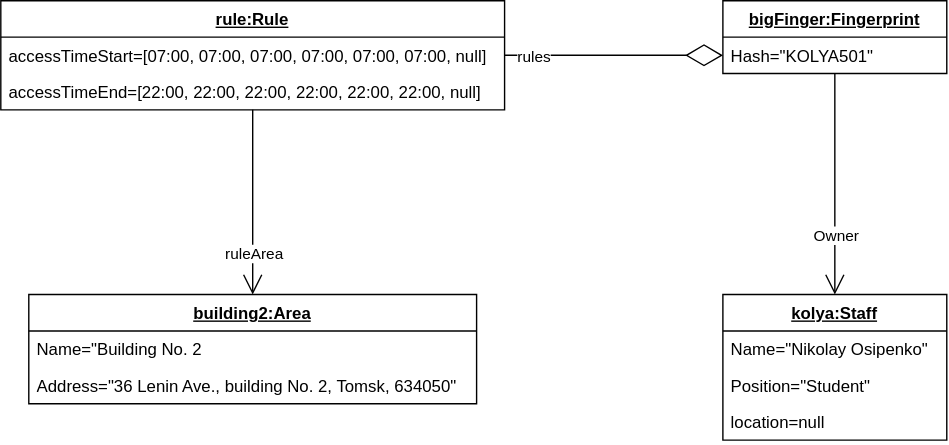
Above: lab2/diagrams/skud-object-diagram.svg in akshin-kuvshin/ooad (draw.io), before the change. Source tidied: cells renumbered, new cells last; positions are measured from the earlier drawing's top-left corner, leaving out a move shared by most shapes. The source it was exported from:
```xml
<mxGraphModel>
  <root>
    <mxCell id="0" />
    <mxCell id="1" parent="0" />
    <mxCell id="2" value="&lt;u&gt;bigFinger:Fingerprint&lt;/u&gt;" style="swimlane;fontStyle=1;align=center;verticalAlign=top;horizontal=1;startSize=26;whiteSpace=wrap;html=1;" parent="1" vertex="1">
      <mxGeometry x="516" width="160" height="52" as="geometry" />
    </mxCell>
    <mxCell id="3" value="Hash=&quot;KOLYA501&quot;" style="text;strokeColor=none;fillColor=none;align=left;verticalAlign=top;spacingLeft=4;spacingRight=4;overflow=hidden;whiteSpace=wrap;html=1;" parent="2" vertex="1">
      <mxGeometry y="26" width="160" height="26" as="geometry" />
    </mxCell>
    <mxCell id="4" value="&lt;u&gt;kolya:Staff&lt;/u&gt;" style="swimlane;fontStyle=1;align=center;verticalAlign=top;horizontal=1;startSize=26;whiteSpace=wrap;html=1;" parent="1" vertex="1">
      <mxGeometry x="516" y="210" width="160" height="104" as="geometry" />
    </mxCell>
    <mxCell id="5" value="Name=&quot;Nikolay Osipenko&quot;" style="text;strokeColor=none;fillColor=none;align=left;verticalAlign=top;spacingLeft=4;spacingRight=4;overflow=hidden;whiteSpace=wrap;html=1;" parent="4" vertex="1">
      <mxGeometry y="26" width="160" height="26" as="geometry" />
    </mxCell>
    <mxCell id="6" value="Position=&quot;Student&quot;" style="text;strokeColor=none;fillColor=none;align=left;verticalAlign=top;spacingLeft=4;spacingRight=4;overflow=hidden;whiteSpace=wrap;html=1;" parent="4" vertex="1">
      <mxGeometry y="52" width="160" height="26" as="geometry" />
    </mxCell>
    <mxCell id="7" value="location=null" style="text;strokeColor=none;fillColor=none;align=left;verticalAlign=top;spacingLeft=4;spacingRight=4;overflow=hidden;whiteSpace=wrap;html=1;" parent="4" vertex="1">
      <mxGeometry y="78" width="160" height="26" as="geometry" />
    </mxCell>
    <mxCell id="8" value="&lt;u&gt;building2:Area&lt;/u&gt;" style="swimlane;fontStyle=1;align=center;verticalAlign=top;horizontal=1;startSize=26;whiteSpace=wrap;html=1;" parent="1" vertex="1">
      <mxGeometry x="20" y="210" width="320" height="78" as="geometry" />
    </mxCell>
    <mxCell id="9" value="Name=&quot;Building No. 2" style="text;strokeColor=none;fillColor=none;align=left;verticalAlign=top;spacingLeft=4;spacingRight=4;overflow=hidden;whiteSpace=wrap;html=1;" parent="8" vertex="1">
      <mxGeometry y="26" width="320" height="26" as="geometry" />
    </mxCell>
    <mxCell id="10" value="Address=&quot;36 Lenin Ave., building No. 2, Tomsk, 634050&quot;" style="text;strokeColor=none;fillColor=none;align=left;verticalAlign=top;spacingLeft=4;spacingRight=4;overflow=hidden;whiteSpace=wrap;html=1;" parent="8" vertex="1">
      <mxGeometry y="52" width="320" height="26" as="geometry" />
    </mxCell>
    <mxCell id="11" value="&lt;u&gt;rule:Rule&lt;/u&gt;" style="swimlane;fontStyle=1;align=center;verticalAlign=top;horizontal=1;startSize=26;whiteSpace=wrap;html=1;" parent="1" vertex="1">
      <mxGeometry width="360" height="78" as="geometry" />
    </mxCell>
    <mxCell id="12" value="accessTimeStart=[07:00, 07:00, 07:00, 07:00, 07:00, 07:00, null]" style="text;strokeColor=none;fillColor=none;align=left;verticalAlign=top;spacingLeft=4;spacingRight=4;overflow=hidden;whiteSpace=wrap;html=1;" parent="11" vertex="1">
      <mxGeometry y="26" width="360" height="26" as="geometry" />
    </mxCell>
    <mxCell id="13" value="accessTimeEnd=[22:00, 22:00, 22:00, 22:00, 22:00, 22:00, null]" style="text;strokeColor=none;fillColor=none;align=left;verticalAlign=top;spacingLeft=4;spacingRight=4;overflow=hidden;whiteSpace=wrap;html=1;" parent="11" vertex="1">
      <mxGeometry y="52" width="360" height="26" as="geometry" />
    </mxCell>
    <mxCell id="14" style="endArrow=open;endFill=1;endSize=12;html=1;rounded=0;defaultLabelBackgroundColor=page;exitX=0.5;exitY=1;exitDx=0;exitDy=0;entryX=0.5;entryY=0;entryDx=0;entryDy=0;" parent="1" edge="1" source="11" target="8">
      <mxGeometry relative="1" as="geometry" />
    </mxCell>
    <mxCell id="15" value="ruleArea" style="edgeLabel;html=1;align=center;verticalAlign=middle;inheritText=1;defaultLabelBackgroundColor=page;" parent="14" vertex="1">
      <mxGeometry x="0.44" y="-1" relative="1" as="geometry">
        <mxPoint x="1" y="7" as="offset" />
      </mxGeometry>
    </mxCell>
    <mxCell id="16" style="endArrow=open;endFill=1;endSize=12;html=1;rounded=0;defaultLabelBackgroundColor=page;exitX=0.5;exitY=1;exitDx=0;exitDy=0;entryX=0.5;entryY=0;entryDx=0;entryDy=0;" parent="1" edge="1" source="2" target="4">
      <mxGeometry relative="1" as="geometry" />
    </mxCell>
    <mxCell id="17" value="Owner" style="edgeLabel;html=1;align=center;verticalAlign=middle;inheritText=1;defaultLabelBackgroundColor=page;" parent="16" vertex="1">
      <mxGeometry x="-0.02" y="-4" relative="1" as="geometry">
        <mxPoint x="4" y="38" as="offset" />
      </mxGeometry>
    </mxCell>
    <mxCell id="18" style="endArrow=diamondThin;endFill=0;endSize=24;html=1;rounded=0;defaultLabelBackgroundColor=page;exitX=1;exitY=0.5;exitDx=0;exitDy=0;" parent="1" edge="1" source="11">
      <mxGeometry relative="1" as="geometry">
        <mxPoint x="516" y="39" as="targetPoint" />
      </mxGeometry>
    </mxCell>
    <mxCell id="19" value="rules" style="edgeLabel;html=1;align=center;verticalAlign=middle;inheritText=1;defaultLabelBackgroundColor=page;" parent="18" vertex="1">
      <mxGeometry x="-0.74" y="-2" relative="1" as="geometry">
        <mxPoint y="-2" as="offset" />
      </mxGeometry>
    </mxCell>
  </root>
</mxGraphModel>
```
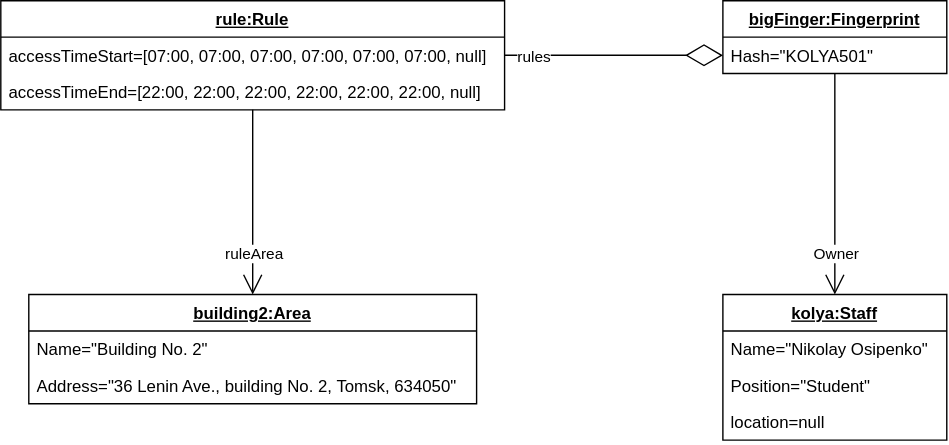
After the change.

Diff of the diagram source:
```diff
@@ -23,7 +23,7 @@
     <mxCell id="8" value="&lt;u&gt;building2:Area&lt;/u&gt;" style="swimlane;fontStyle=1;align=center;verticalAlign=top;horizontal=1;startSize=26;whiteSpace=wrap;html=1;" parent="1" vertex="1">
       <mxGeometry x="20" y="210" width="320" height="78" as="geometry" />
     </mxCell>
-    <mxCell id="9" value="Name=&quot;Building No. 2" style="text;strokeColor=none;fillColor=none;align=left;verticalAlign=top;spacingLeft=4;spacingRight=4;overflow=hidden;whiteSpace=wrap;html=1;" parent="8" vertex="1">
+    <mxCell id="9" value="Name=&quot;Building No. 2&quot;" style="text;strokeColor=none;fillColor=none;align=left;verticalAlign=top;spacingLeft=4;spacingRight=4;overflow=hidden;whiteSpace=wrap;html=1;" parent="8" vertex="1">
       <mxGeometry y="26" width="320" height="26" as="geometry" />
     </mxCell>
     <mxCell id="10" value="Address=&quot;36 Lenin Ave., building No. 2, Tomsk, 634050&quot;" style="text;strokeColor=none;fillColor=none;align=left;verticalAlign=top;spacingLeft=4;spacingRight=4;overflow=hidden;whiteSpace=wrap;html=1;" parent="8" vertex="1">
@@ -51,7 +51,7 @@
     </mxCell>
     <mxCell id="17" value="Owner" style="edgeLabel;html=1;align=center;verticalAlign=middle;inheritText=1;defaultLabelBackgroundColor=page;" parent="16" vertex="1">
       <mxGeometry x="-0.02" y="-4" relative="1" as="geometry">
-        <mxPoint x="4" y="38" as="offset" />
+        <mxPoint x="4" y="51" as="offset" />
       </mxGeometry>
     </mxCell>
     <mxCell id="18" style="endArrow=diamondThin;endFill=0;endSize=24;html=1;rounded=0;defaultLabelBackgroundColor=page;exitX=1;exitY=0.5;exitDx=0;exitDy=0;" parent="1" edge="1" source="11">
```
